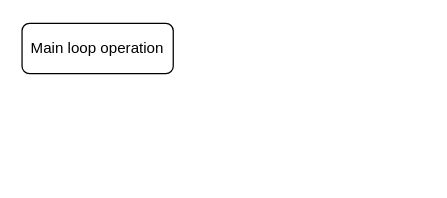
Earlier version of the draw.io diagram test.dio (Kyle-912/HDL). Source tidied: cells renumbered, new cells numbered last; positions are measured from the earlier drawing's top-left corner, leaving out a move shared by most shapes. Both pictures are drawn from the tidied source at 126%, with x=0, y=0 at pixel (21, 23).
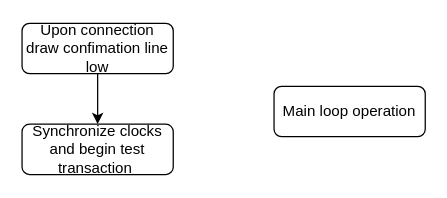
The same diagram, later.

The edit, as a diff of the source:
```diff
@@
 <mxGraphModel>
   <root>
     <mxCell id="0" />
     <mxCell id="1" parent="0" />
+    <mxCell id="3" style="edgeStyle=none;html=1;exitX=0.5;exitY=1;exitDx=0;exitDy=0;entryX=0.5;entryY=0;entryDx=0;entryDy=0;fontSize=11;" parent="1" edge="1" source="2" target="4">
+      <mxGeometry relative="1" as="geometry" />
+    </mxCell>
-    <mxCell id="2" value="Main loop operation" style="rounded=1;whiteSpace=wrap;html=1;fontSize=12;glass=0;strokeWidth=1;shadow=0;" parent="1" vertex="1">
+    <mxCell id="2" value="Upon connection draw confimation line low" style="rounded=1;whiteSpace=wrap;html=1;fontSize=12;glass=0;strokeWidth=1;shadow=0;" parent="1" vertex="1">
       <mxGeometry width="120" height="40" as="geometry" />
     </mxCell>
+    <mxCell id="4" value="Synchronize clocks and begin test transaction&amp;nbsp;" style="rounded=1;whiteSpace=wrap;html=1;fontSize=12;glass=0;strokeWidth=1;shadow=0;" parent="1" vertex="1">
+      <mxGeometry y="80" width="120" height="40" as="geometry" />
+    </mxCell>
+    <mxCell id="5" value="Main loop operation" style="rounded=1;whiteSpace=wrap;html=1;fontSize=12;glass=0;strokeWidth=1;shadow=0;" parent="1" vertex="1">
+      <mxGeometry x="200" y="50" width="120" height="40" as="geometry" />
+    </mxCell>
   </root>
 </mxGraphModel>
```
